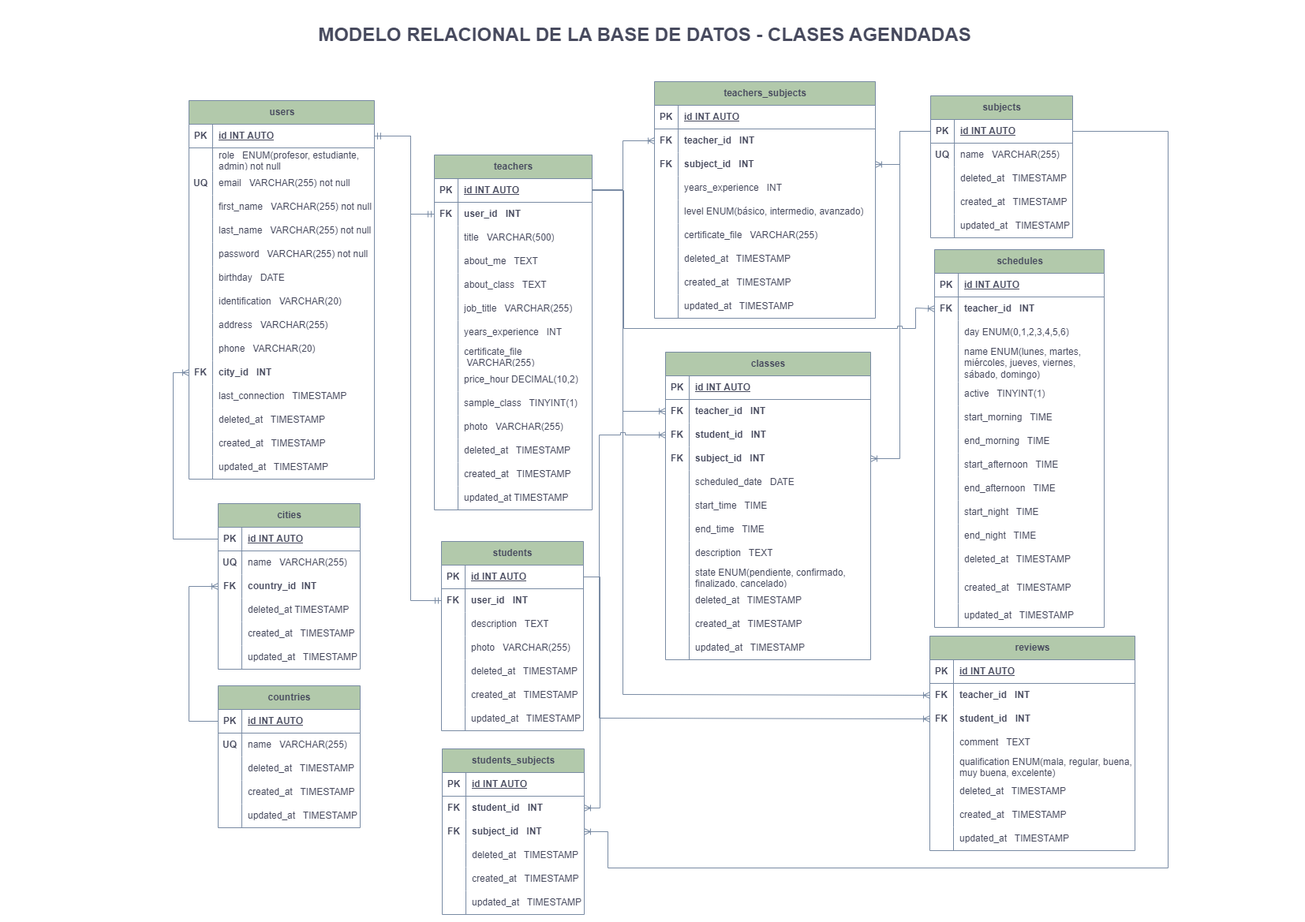
Above: database/Clases_ModeloE_R.png in No-Country/c11-08-m-php-angular (draw.io), before the change. Source tidied: cells renumbered, new cells last; positions are measured from the earlier drawing's top-left corner, leaving out a move shared by most shapes.
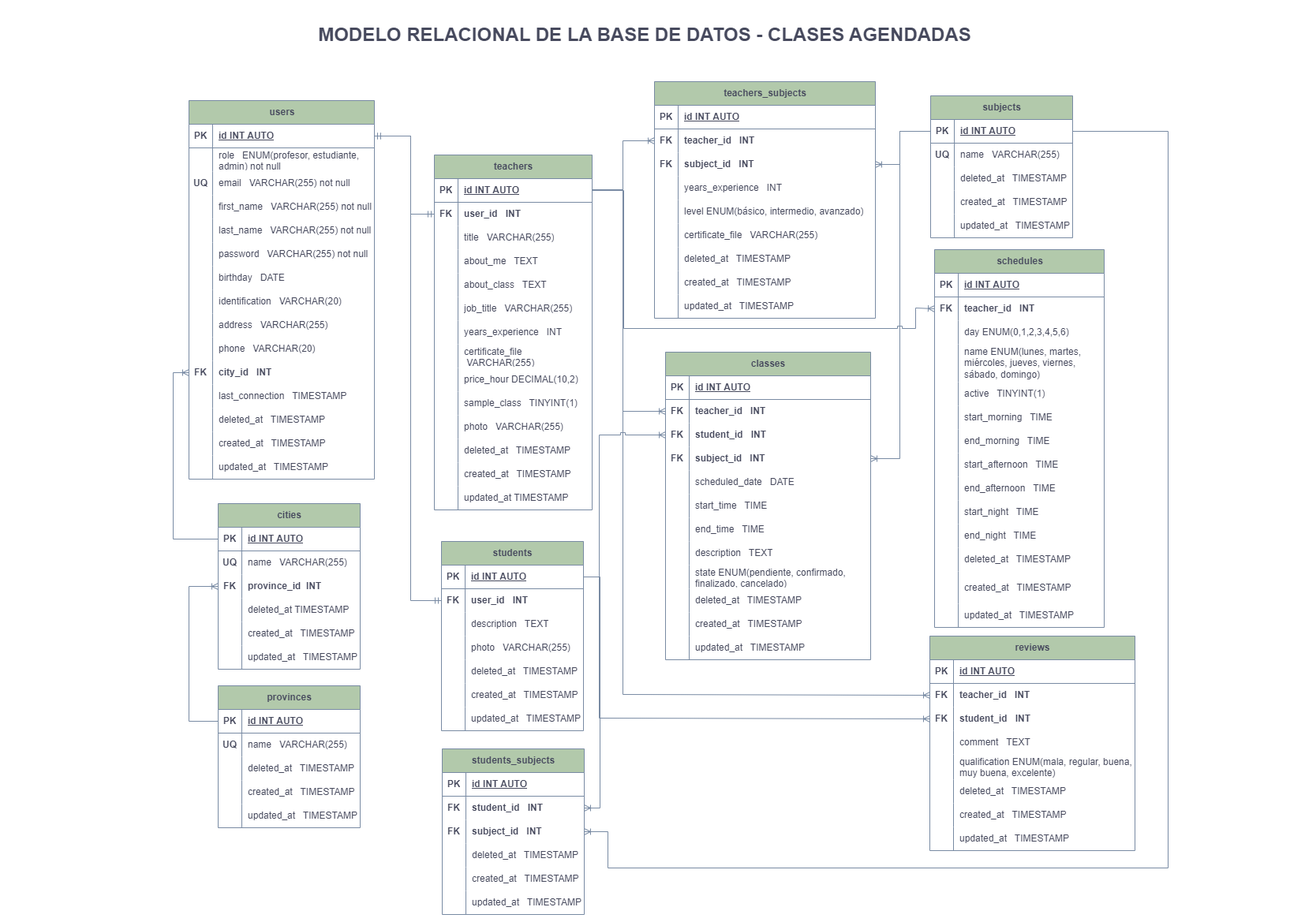
Later version of the same file.

Change to the diagram source:
```diff
@@ -167,7 +167,7 @@
     <mxCell id="56" style="shape=partialRectangle;fillColor=none;top=0;left=0;bottom=0;right=0;overflow=hidden;whiteSpace=wrap;html=1;rounded=0;labelBackgroundColor=none;strokeColor=#788AA3;fontColor=#46495D;" parent="55" vertex="1">
       <mxGeometry width="30" height="30" as="geometry" />
     </mxCell>
-    <mxCell id="57" value="title&amp;nbsp; &amp;nbsp;VARCHAR(500)" style="shape=partialRectangle;fillColor=none;top=0;left=0;bottom=0;right=0;align=left;spacingLeft=6;overflow=hidden;whiteSpace=wrap;html=1;rounded=0;labelBackgroundColor=none;strokeColor=#788AA3;fontColor=#46495D;" parent="55" vertex="1">
+    <mxCell id="57" value="title&amp;nbsp; &amp;nbsp;VARCHAR(255)" style="shape=partialRectangle;fillColor=none;top=0;left=0;bottom=0;right=0;align=left;spacingLeft=6;overflow=hidden;whiteSpace=wrap;html=1;rounded=0;labelBackgroundColor=none;strokeColor=#788AA3;fontColor=#46495D;" parent="55" vertex="1">
       <mxGeometry x="30" width="170" height="30" as="geometry" />
     </mxCell>
     <mxCell id="58" style="shape=tableRow;horizontal=0;startSize=0;swimlaneHead=0;swimlaneBody=0;fillColor=none;top=0;left=0;right=0;bottom=0;rounded=0;labelBackgroundColor=none;strokeColor=#788AA3;fontColor=#46495D;" parent="48" vertex="1">
@@ -689,7 +689,7 @@
     <mxCell id="222" value="updated_at&amp;nbsp; &amp;nbsp;TIMESTAMP" style="shape=partialRectangle;fillColor=none;top=0;left=0;bottom=0;right=0;align=left;spacingLeft=6;overflow=hidden;whiteSpace=wrap;html=1;rounded=0;labelBackgroundColor=none;strokeColor=#788AA3;fontColor=#46495D;" parent="220" vertex="1">
       <mxGeometry x="30" width="230" height="30" as="geometry" />
     </mxCell>
-    <mxCell id="223" value="countries" style="shape=table;startSize=30;rowLines=0;fontStyle=1;align=center;html=1;rounded=0;labelBackgroundColor=none;fillColor=#B2C9AB;strokeColor=#788AA3;fontColor=#46495D;" parent="1" vertex="1">
+    <mxCell id="223" value="provinces" style="shape=table;startSize=30;rowLines=0;fontStyle=1;align=center;html=1;rounded=0;labelBackgroundColor=none;fillColor=#B2C9AB;strokeColor=#788AA3;fontColor=#46495D;" parent="1" vertex="1">
       <mxGeometry x="57" y="840" width="180" height="180" as="geometry" />
     </mxCell>
     <mxCell id="224" style="shape=tableRow;horizontal=0;startSize=0;swimlaneHead=0;swimlaneBody=0;fillColor=none;points=[[0,0.5],[1,0.5]];portConstraint=eastwest;top=0;left=0;right=0;bottom=1;rounded=0;labelBackgroundColor=none;strokeColor=#788AA3;fontColor=#46495D;" parent="223" vertex="1">
@@ -764,7 +764,7 @@
     <mxCell id="247" value="&lt;b&gt;FK&lt;/b&gt;" style="shape=partialRectangle;fillColor=none;top=0;left=0;bottom=0;right=0;overflow=hidden;whiteSpace=wrap;html=1;rounded=0;labelBackgroundColor=none;strokeColor=#788AA3;fontColor=#46495D;" parent="246" vertex="1">
       <mxGeometry width="30" height="30" as="geometry" />
     </mxCell>
-    <mxCell id="248" value="&lt;b&gt;country_id&amp;nbsp;&amp;nbsp;&lt;/b&gt;&lt;b style=&quot;border-color: var(--border-color);&quot;&gt;INT&lt;/b&gt;" style="shape=partialRectangle;fillColor=none;top=0;left=0;bottom=0;right=0;align=left;spacingLeft=6;overflow=hidden;whiteSpace=wrap;html=1;rounded=0;labelBackgroundColor=none;strokeColor=#788AA3;fontColor=#46495D;" parent="246" vertex="1">
+    <mxCell id="248" value="&lt;b&gt;province_id&amp;nbsp;&amp;nbsp;&lt;/b&gt;&lt;b style=&quot;border-color: var(--border-color);&quot;&gt;INT&lt;/b&gt;" style="shape=partialRectangle;fillColor=none;top=0;left=0;bottom=0;right=0;align=left;spacingLeft=6;overflow=hidden;whiteSpace=wrap;html=1;rounded=0;labelBackgroundColor=none;strokeColor=#788AA3;fontColor=#46495D;" parent="246" vertex="1">
       <mxGeometry x="30" width="150" height="30" as="geometry" />
     </mxCell>
     <mxCell id="249" style="shape=tableRow;horizontal=0;startSize=0;swimlaneHead=0;swimlaneBody=0;fillColor=none;top=0;left=0;right=0;bottom=0;rounded=0;labelBackgroundColor=none;strokeColor=#788AA3;fontColor=#46495D;" parent="239" vertex="1">
```
